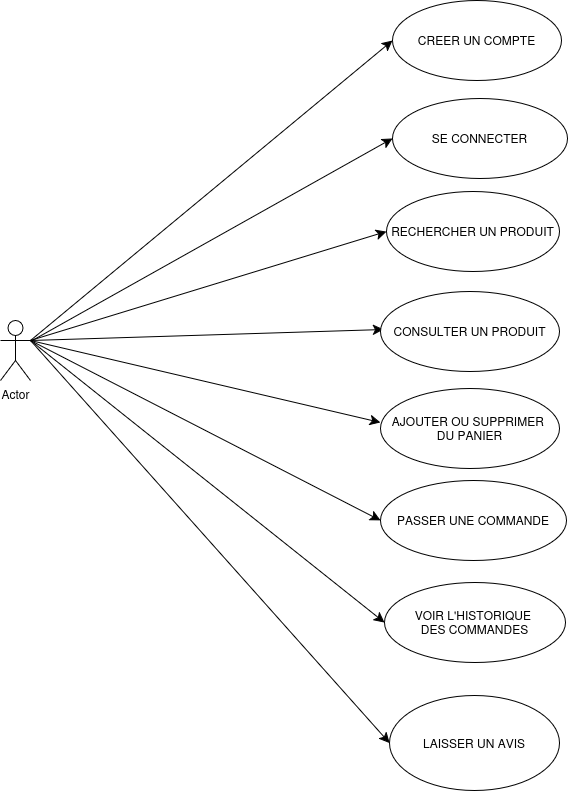
Bast8313/soundora keeps this draw.io diagram as useCase SOUNDORA.drawio.png. Above is the earlier version. Source tidied: cells renumbered, new cells last; positions are measured from the earlier drawing's top-left corner, leaving out a move shared by most shapes.
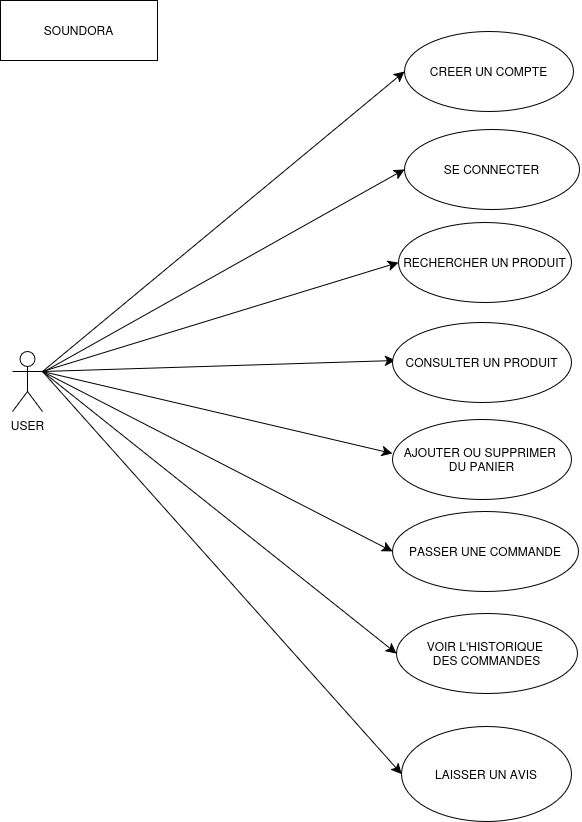
Above is the later version.

Commit message:
Mettre à jour useCase SOUNDORA.drawio.png

Diff of the diagram source:
```diff
@@ -29,7 +29,7 @@
     <mxCell id="8" style="edgeStyle=none;curved=1;rounded=0;jettySize=auto;html=1;exitX=1;exitY=0.3333333333333333;exitDx=0;exitDy=0;exitPerimeter=0;entryX=0;entryY=0.5;entryDx=0;entryDy=0;fontSize=12;startSize=8;endSize=8;" parent="1" edge="1" source="9" target="21">
       <mxGeometry relative="1" as="geometry" />
     </mxCell>
-    <mxCell id="9" value="Actor" style="shape=umlActor;verticalLabelPosition=bottom;verticalAlign=top;html=1;outlineConnect=0;" parent="1" vertex="1">
+    <mxCell id="9" value="USER" style="shape=umlActor;verticalLabelPosition=bottom;verticalAlign=top;html=1;outlineConnect=0;" parent="1" vertex="1">
       <mxGeometry y="320" width="30" height="60" as="geometry" />
     </mxCell>
     <mxCell id="10" style="edgeStyle=none;curved=1;rounded=0;jettySize=auto;html=1;entryX=0;entryY=0.5;entryDx=0;entryDy=0;fontSize=12;startSize=8;endSize=8;" parent="1" edge="1" target="11">
@@ -70,5 +70,8 @@
     <mxCell id="21" value="&lt;div&gt;VOIR L'HISTORIQUE&amp;nbsp;&lt;/div&gt;&lt;div&gt;DES COMMANDES&lt;/div&gt;" style="ellipse;whiteSpace=wrap;html=1;" parent="1" vertex="1">
       <mxGeometry x="384" y="582" width="181" height="80" as="geometry" />
     </mxCell>
+    <mxCell id="22" value="&lt;div&gt;SOUNDORA&lt;/div&gt;" style="rounded=0;whiteSpace=wrap;html=1;" parent="1" vertex="1">
+      <mxGeometry x="-12" y="-31" width="157" height="60" as="geometry" />
+    </mxCell>
   </root>
 </mxGraphModel>
```
